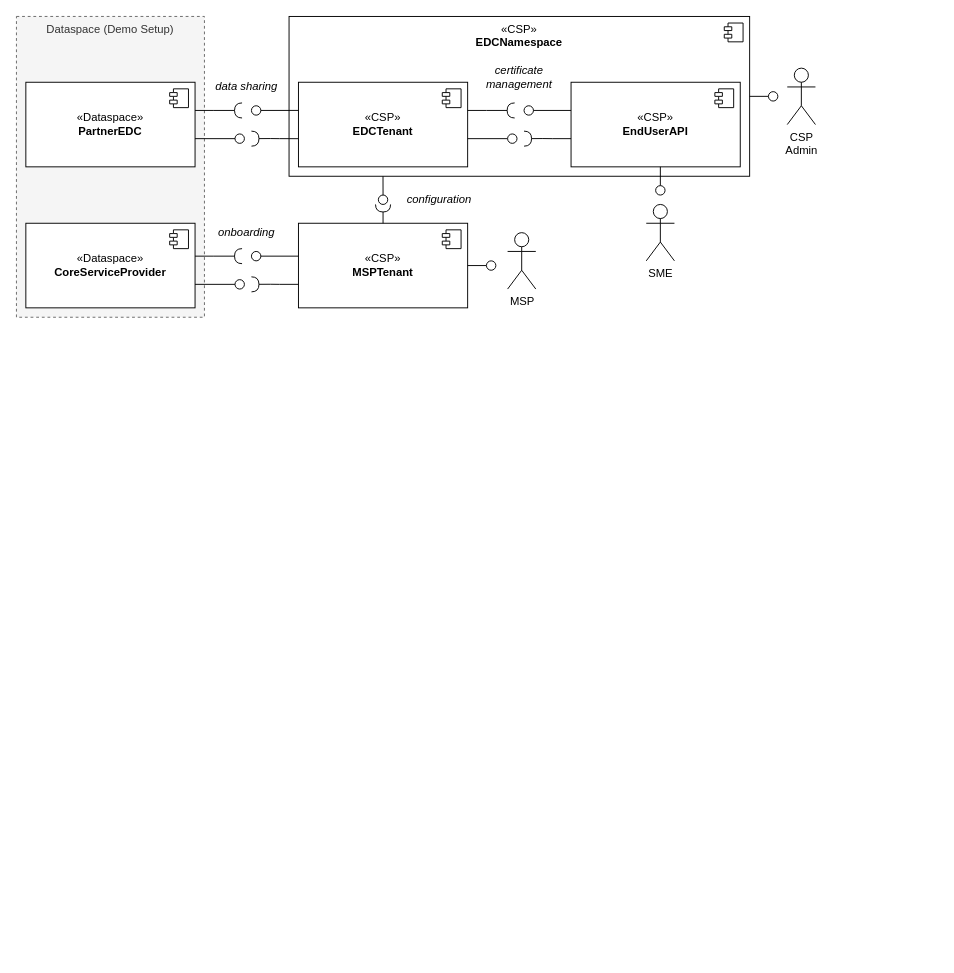
Earlier version of the draw.io diagram page "components" (4 of 4) of docs/files/figs/diagrams.drawio (FraunhoferISST/End-User-API). Source tidied: cells renumbered, new cells numbered last; positions are measured from the earlier drawing's top-left corner, leaving out a move shared by most shapes. Both pictures are drawn from the tidied source at 94%, with x=0, y=0 at pixel (16, 16).
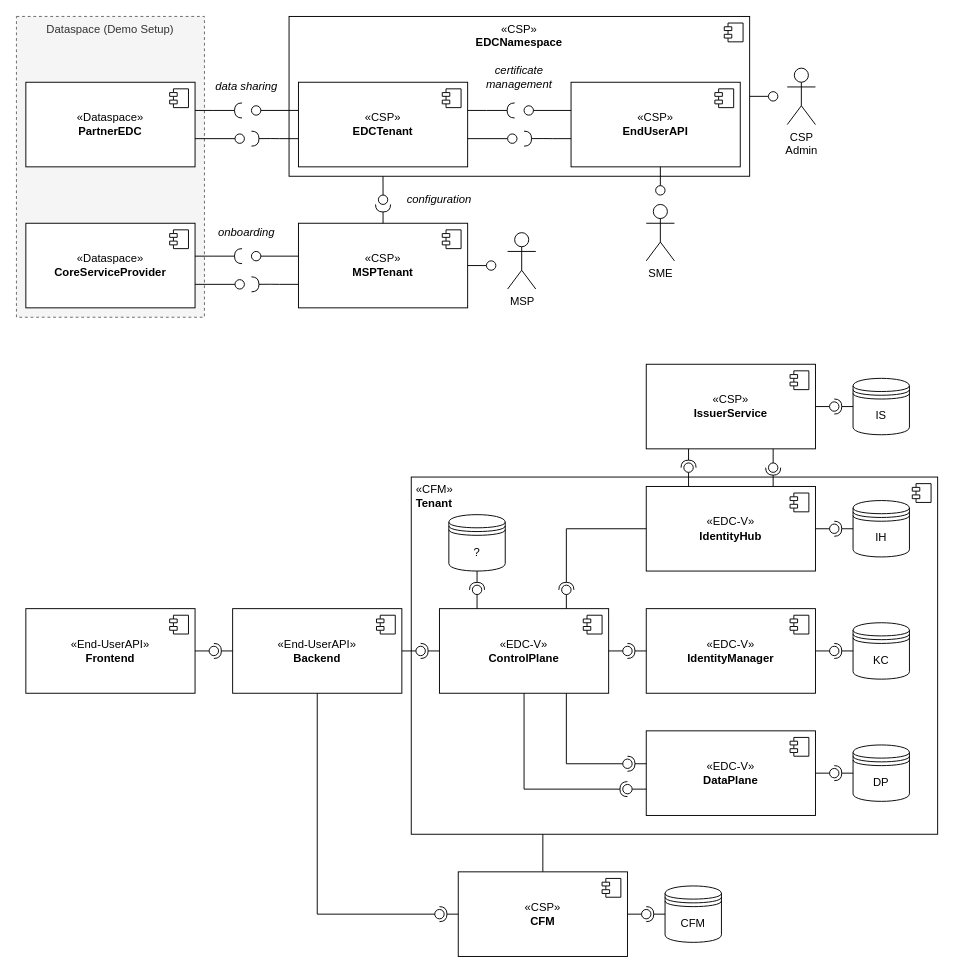
Above is the later version.

Diff of the diagram source:
```diff
@@
+    <mxCell id="55" value="&amp;nbsp;«CFM»&lt;br&gt;&lt;b&gt;&amp;nbsp;Tenant&lt;/b&gt;" style="html=1;whiteSpace=wrap;verticalAlign=top;align=left;" parent="1" vertex="1">
+      <mxGeometry x="420" y="490" width="560" height="380" as="geometry" />
+    </mxCell>
+    <mxCell id="56" style="shape=module;jettyWidth=8;jettyHeight=4;" parent="55" vertex="1">
+      <mxGeometry x="1" width="20" height="20" relative="1" as="geometry">
+        <mxPoint x="-27" y="7" as="offset" />
+      </mxGeometry>
+    </mxCell>
@@
+    <mxCell id="57" value="«End-UserAPI»&lt;br&gt;&lt;b&gt;Frontend&lt;/b&gt;" style="html=1;whiteSpace=wrap;" parent="1" vertex="1">
+      <mxGeometry x="10" y="630" width="180" height="90" as="geometry" />
+    </mxCell>
+    <mxCell id="58" style="shape=module;jettyWidth=8;jettyHeight=4;" parent="57" vertex="1">
+      <mxGeometry x="1" width="20" height="20" relative="1" as="geometry">
+        <mxPoint x="-27" y="7" as="offset" />
+      </mxGeometry>
+    </mxCell>
+    <mxCell id="59" value="«End-UserAPI»&lt;br&gt;&lt;b&gt;Backend&lt;/b&gt;" style="html=1;whiteSpace=wrap;" parent="1" vertex="1">
+      <mxGeometry x="230" y="630" width="180" height="90" as="geometry" />
+    </mxCell>
+    <mxCell id="60" style="shape=module;jettyWidth=8;jettyHeight=4;" parent="59" vertex="1">
+      <mxGeometry x="1" width="20" height="20" relative="1" as="geometry">
+        <mxPoint x="-27" y="7" as="offset" />
+      </mxGeometry>
+    </mxCell>
+    <mxCell id="61" style="edgeStyle=orthogonalEdgeStyle;rounded=0;jettySize=auto;html=1;exitX=0.5;exitY=0;exitDx=0;exitDy=0;entryX=0.25;entryY=1;entryDx=0;entryDy=0;endArrow=none;endFill=0;" parent="1" edge="1" source="62" target="55">
+      <mxGeometry relative="1" as="geometry" />
+    </mxCell>
+    <mxCell id="62" value="«CSP»&lt;br&gt;&lt;b&gt;CFM&lt;/b&gt;" style="html=1;whiteSpace=wrap;" parent="1" vertex="1">
+      <mxGeometry x="470" y="910" width="180" height="90" as="geometry" />
+    </mxCell>
+    <mxCell id="63" style="shape=module;jettyWidth=8;jettyHeight=4;" parent="62" vertex="1">
+      <mxGeometry x="1" width="20" height="20" relative="1" as="geometry">
+        <mxPoint x="-27" y="7" as="offset" />
+      </mxGeometry>
+    </mxCell>
+    <mxCell id="64" style="group;" parent="1" vertex="1">
+      <mxGeometry x="190" y="670" width="40" height="10" as="geometry" />
+    </mxCell>
+    <mxCell id="65" style="rounded=0;jettySize=auto;html=1;endArrow=none;endFill=0;sketch=0;sourcePerimeterSpacing=0;targetPerimeterSpacing=0;" parent="64" edge="1" target="67">
+      <mxGeometry relative="1" as="geometry">
+        <mxPoint y="5" as="sourcePoint" />
+      </mxGeometry>
+    </mxCell>
+    <mxCell id="66" style="rounded=0;jettySize=auto;html=1;endArrow=halfCircle;endFill=0;entryX=0.5;entryY=0.5;endSize=6;strokeWidth=1;sketch=0;" parent="64" edge="1" target="67">
+      <mxGeometry relative="1" as="geometry">
+        <mxPoint x="40" y="5" as="sourcePoint" />
+      </mxGeometry>
+    </mxCell>
+    <mxCell id="67" style="ellipse;whiteSpace=wrap;html=1;align=center;points=[];outlineConnect=0;sketch=0;" parent="64" vertex="1">
+      <mxGeometry x="15" width="10" height="10" as="geometry" />
+    </mxCell>
+    <mxCell id="68" value="«EDC-V»&lt;br&gt;&lt;b&gt;ControlPlane&lt;/b&gt;" style="html=1;whiteSpace=wrap;" parent="1" vertex="1">
+      <mxGeometry x="450" y="630" width="180" height="90" as="geometry" />
+    </mxCell>
+    <mxCell id="69" style="shape=module;jettyWidth=8;jettyHeight=4;" parent="68" vertex="1">
+      <mxGeometry x="1" width="20" height="20" relative="1" as="geometry">
+        <mxPoint x="-27" y="7" as="offset" />
+      </mxGeometry>
+    </mxCell>
+    <mxCell id="70" value="«EDC-V»&lt;br&gt;&lt;b&gt;IdentityHub&lt;/b&gt;" style="html=1;whiteSpace=wrap;" parent="1" vertex="1">
+      <mxGeometry x="670" y="500" width="180" height="90" as="geometry" />
+    </mxCell>
+    <mxCell id="71" style="shape=module;jettyWidth=8;jettyHeight=4;" parent="70" vertex="1">
+      <mxGeometry x="1" width="20" height="20" relative="1" as="geometry">
+        <mxPoint x="-27" y="7" as="offset" />
+      </mxGeometry>
+    </mxCell>
+    <mxCell id="72" value="IH" style="shape=datastore;whiteSpace=wrap;html=1;" parent="1" vertex="1">
+      <mxGeometry x="890" y="515" width="60" height="60" as="geometry" />
+    </mxCell>
+    <mxCell id="73" value="«CSP»&lt;br&gt;&lt;b&gt;IssuerService&lt;/b&gt;" style="html=1;whiteSpace=wrap;" parent="1" vertex="1">
+      <mxGeometry x="670" y="370" width="180" height="90" as="geometry" />
+    </mxCell>
+    <mxCell id="74" style="shape=module;jettyWidth=8;jettyHeight=4;" parent="73" vertex="1">
+      <mxGeometry x="1" width="20" height="20" relative="1" as="geometry">
+        <mxPoint x="-27" y="7" as="offset" />
+      </mxGeometry>
+    </mxCell>
+    <mxCell id="75" value="«EDC-V»&lt;br&gt;&lt;b&gt;DataPlane&lt;/b&gt;" style="html=1;whiteSpace=wrap;" parent="1" vertex="1">
+      <mxGeometry x="670" y="760" width="180" height="90" as="geometry" />
+    </mxCell>
+    <mxCell id="76" style="shape=module;jettyWidth=8;jettyHeight=4;" parent="75" vertex="1">
+      <mxGeometry x="1" width="20" height="20" relative="1" as="geometry">
+        <mxPoint x="-27" y="7" as="offset" />
+      </mxGeometry>
+    </mxCell>
+    <mxCell id="77" value="«EDC-V»&lt;br&gt;&lt;b&gt;IdentityManager&lt;/b&gt;" style="html=1;whiteSpace=wrap;" parent="1" vertex="1">
+      <mxGeometry x="670" y="630" width="180" height="90" as="geometry" />
+    </mxCell>
+    <mxCell id="78" style="shape=module;jettyWidth=8;jettyHeight=4;" parent="77" vertex="1">
+      <mxGeometry x="1" width="20" height="20" relative="1" as="geometry">
+        <mxPoint x="-27" y="7" as="offset" />
+      </mxGeometry>
+    </mxCell>
+    <mxCell id="79" value="IS" style="shape=datastore;whiteSpace=wrap;html=1;" parent="1" vertex="1">
+      <mxGeometry x="890" y="385" width="60" height="60" as="geometry" />
+    </mxCell>
+    <mxCell id="80" value="KC" style="shape=datastore;whiteSpace=wrap;html=1;" parent="1" vertex="1">
+      <mxGeometry x="890" y="645" width="60" height="60" as="geometry" />
+    </mxCell>
+    <mxCell id="81" value="DP" style="shape=datastore;whiteSpace=wrap;html=1;" parent="1" vertex="1">
+      <mxGeometry x="890" y="775" width="60" height="60" as="geometry" />
+    </mxCell>
+    <mxCell id="82" value="?" style="shape=datastore;whiteSpace=wrap;html=1;" parent="1" vertex="1">
+      <mxGeometry x="460" y="530" width="60" height="60" as="geometry" />
+    </mxCell>
+    <mxCell id="83" value="CFM" style="shape=datastore;whiteSpace=wrap;html=1;" parent="1" vertex="1">
+      <mxGeometry x="690" y="925" width="60" height="60" as="geometry" />
+    </mxCell>
+    <mxCell id="84" style="group;" parent="1" vertex="1">
+      <mxGeometry x="410" y="670" width="40" height="10" as="geometry" />
+    </mxCell>
+    <mxCell id="85" style="rounded=0;jettySize=auto;html=1;endArrow=none;endFill=0;sketch=0;sourcePerimeterSpacing=0;targetPerimeterSpacing=0;" parent="84" edge="1" target="87">
+      <mxGeometry relative="1" as="geometry">
+        <mxPoint y="5" as="sourcePoint" />
+      </mxGeometry>
+    </mxCell>
+    <mxCell id="86" style="rounded=0;jettySize=auto;html=1;endArrow=halfCircle;endFill=0;entryX=0.5;entryY=0.5;endSize=6;strokeWidth=1;sketch=0;" parent="84" edge="1" target="87">
+      <mxGeometry relative="1" as="geometry">
+        <mxPoint x="40" y="5" as="sourcePoint" />
+      </mxGeometry>
+    </mxCell>
+    <mxCell id="87" style="ellipse;whiteSpace=wrap;html=1;align=center;points=[];outlineConnect=0;sketch=0;" parent="84" vertex="1">
+      <mxGeometry x="15" width="10" height="10" as="geometry" />
+    </mxCell>
+    <mxCell id="88" style="group;" parent="1" vertex="1">
+      <mxGeometry x="430" y="950" width="40" height="10" as="geometry" />
+    </mxCell>
+    <mxCell id="89" style="rounded=0;jettySize=auto;html=1;endArrow=halfCircle;endFill=0;entryX=0.5;entryY=0.5;endSize=6;strokeWidth=1;sketch=0;" parent="88" edge="1" target="90">
+      <mxGeometry relative="1" as="geometry">
+        <mxPoint x="40" y="5" as="sourcePoint" />
+      </mxGeometry>
+    </mxCell>
+    <mxCell id="90" style="ellipse;whiteSpace=wrap;html=1;align=center;points=[];outlineConnect=0;sketch=0;" parent="88" vertex="1">
+      <mxGeometry x="15" width="10" height="10" as="geometry" />
+    </mxCell>
+    <mxCell id="91" style="rounded=0;jettySize=auto;html=1;endArrow=none;endFill=0;sketch=0;sourcePerimeterSpacing=0;targetPerimeterSpacing=0;exitX=0.5;exitY=1;exitDx=0;exitDy=0;edgeStyle=orthogonalEdgeStyle;" parent="1" edge="1" source="59" target="90">
+      <mxGeometry relative="1" as="geometry">
+        <Array as="points">
+          <mxPoint x="320" y="955" />
+        </Array>
+      </mxGeometry>
+    </mxCell>
+    <mxCell id="92" style="group;" parent="1" vertex="1">
+      <mxGeometry x="630" y="790" width="40" height="10" as="geometry" />
+    </mxCell>
+    <mxCell id="93" style="rounded=0;jettySize=auto;html=1;endArrow=halfCircle;endFill=0;entryX=0.5;entryY=0.5;endSize=6;strokeWidth=1;sketch=0;" parent="92" edge="1" target="94">
+      <mxGeometry relative="1" as="geometry">
+        <mxPoint x="40" y="5" as="sourcePoint" />
+      </mxGeometry>
+    </mxCell>
+    <mxCell id="94" style="ellipse;whiteSpace=wrap;html=1;align=center;points=[];outlineConnect=0;sketch=0;" parent="92" vertex="1">
+      <mxGeometry x="15" width="10" height="10" as="geometry" />
+    </mxCell>
+    <mxCell id="95" style="rounded=0;jettySize=auto;html=1;endArrow=none;endFill=0;sketch=0;sourcePerimeterSpacing=0;targetPerimeterSpacing=0;exitX=0.75;exitY=1;exitDx=0;exitDy=0;edgeStyle=orthogonalEdgeStyle;" parent="1" edge="1" source="68" target="94">
+      <mxGeometry relative="1" as="geometry">
+        <Array as="points">
+          <mxPoint x="585" y="795" />
+        </Array>
+      </mxGeometry>
+    </mxCell>
+    <mxCell id="96" style="group;rotation=-180;" parent="1" vertex="1">
+      <mxGeometry x="630" y="817" width="40" height="10" as="geometry" />
+    </mxCell>
+    <mxCell id="97" style="rounded=0;jettySize=auto;html=1;endArrow=none;endFill=0;sketch=0;sourcePerimeterSpacing=0;targetPerimeterSpacing=0;" parent="96" edge="1" target="98">
+      <mxGeometry relative="1" as="geometry">
+        <mxPoint x="40" y="5" as="sourcePoint" />
+      </mxGeometry>
+    </mxCell>
+    <mxCell id="98" style="ellipse;whiteSpace=wrap;html=1;align=center;points=[];outlineConnect=0;sketch=0;rotation=-180;" parent="96" vertex="1">
+      <mxGeometry x="15" width="10" height="10" as="geometry" />
+    </mxCell>
+    <mxCell id="99" style="group;" parent="1" vertex="1">
+      <mxGeometry x="650" y="950" width="40" height="10" as="geometry" />
+    </mxCell>
+    <mxCell id="100" style="rounded=0;jettySize=auto;html=1;endArrow=none;endFill=0;sketch=0;sourcePerimeterSpacing=0;targetPerimeterSpacing=0;" parent="99" edge="1" target="102">
+      <mxGeometry relative="1" as="geometry">
+        <mxPoint y="5" as="sourcePoint" />
+      </mxGeometry>
+    </mxCell>
+    <mxCell id="101" style="rounded=0;jettySize=auto;html=1;endArrow=halfCircle;endFill=0;entryX=0.5;entryY=0.5;endSize=6;strokeWidth=1;sketch=0;" parent="99" edge="1" target="102">
+      <mxGeometry relative="1" as="geometry">
+        <mxPoint x="40" y="5" as="sourcePoint" />
+      </mxGeometry>
+    </mxCell>
+    <mxCell id="102" style="ellipse;whiteSpace=wrap;html=1;align=center;points=[];outlineConnect=0;sketch=0;" parent="99" vertex="1">
+      <mxGeometry x="15" width="10" height="10" as="geometry" />
+    </mxCell>
+    <mxCell id="103" style="group;" parent="1" vertex="1">
+      <mxGeometry x="850" y="800" width="40" height="10" as="geometry" />
+    </mxCell>
+    <mxCell id="104" style="rounded=0;jettySize=auto;html=1;endArrow=none;endFill=0;sketch=0;sourcePerimeterSpacing=0;targetPerimeterSpacing=0;" parent="103" edge="1" target="106">
+      <mxGeometry relative="1" as="geometry">
+        <mxPoint y="5" as="sourcePoint" />
+      </mxGeometry>
+    </mxCell>
+    <mxCell id="105" style="rounded=0;jettySize=auto;html=1;endArrow=halfCircle;endFill=0;entryX=0.5;entryY=0.5;endSize=6;strokeWidth=1;sketch=0;" parent="103" edge="1" target="106">
+      <mxGeometry relative="1" as="geometry">
+        <mxPoint x="40" y="5" as="sourcePoint" />
+      </mxGeometry>
+    </mxCell>
+    <mxCell id="106" style="ellipse;whiteSpace=wrap;html=1;align=center;points=[];outlineConnect=0;sketch=0;" parent="103" vertex="1">
+      <mxGeometry x="15" width="10" height="10" as="geometry" />
+    </mxCell>
+    <mxCell id="107" style="group;" parent="1" vertex="1">
+      <mxGeometry x="850" y="670" width="40" height="10" as="geometry" />
+    </mxCell>
+    <mxCell id="108" style="rounded=0;jettySize=auto;html=1;endArrow=none;endFill=0;sketch=0;sourcePerimeterSpacing=0;targetPerimeterSpacing=0;" parent="107" edge="1" target="110">
+      <mxGeometry relative="1" as="geometry">
+        <mxPoint y="5" as="sourcePoint" />
+      </mxGeometry>
+    </mxCell>
+    <mxCell id="109" style="rounded=0;jettySize=auto;html=1;endArrow=halfCircle;endFill=0;entryX=0.5;entryY=0.5;endSize=6;strokeWidth=1;sketch=0;" parent="107" edge="1" target="110">
+      <mxGeometry relative="1" as="geometry">
+        <mxPoint x="40" y="5" as="sourcePoint" />
+      </mxGeometry>
+    </mxCell>
+    <mxCell id="110" style="ellipse;whiteSpace=wrap;html=1;align=center;points=[];outlineConnect=0;sketch=0;" parent="107" vertex="1">
+      <mxGeometry x="15" width="10" height="10" as="geometry" />
+    </mxCell>
+    <mxCell id="111" style="group;" parent="1" vertex="1">
+      <mxGeometry x="850" y="540" width="40" height="10" as="geometry" />
+    </mxCell>
+    <mxCell id="112" style="rounded=0;jettySize=auto;html=1;endArrow=none;endFill=0;sketch=0;sourcePerimeterSpacing=0;targetPerimeterSpacing=0;" parent="111" edge="1" target="114">
+      <mxGeometry relative="1" as="geometry">
+        <mxPoint y="5" as="sourcePoint" />
+      </mxGeometry>
+    </mxCell>
+    <mxCell id="113" style="rounded=0;jettySize=auto;html=1;endArrow=halfCircle;endFill=0;entryX=0.5;entryY=0.5;endSize=6;strokeWidth=1;sketch=0;" parent="111" edge="1" target="114">
+      <mxGeometry relative="1" as="geometry">
+        <mxPoint x="40" y="5" as="sourcePoint" />
+      </mxGeometry>
+    </mxCell>
+    <mxCell id="114" style="ellipse;whiteSpace=wrap;html=1;align=center;points=[];outlineConnect=0;sketch=0;" parent="111" vertex="1">
+      <mxGeometry x="15" width="10" height="10" as="geometry" />
+    </mxCell>
+    <mxCell id="115" style="group;rotation=-90;" parent="1" vertex="1">
+      <mxGeometry x="470" y="605" width="40" height="10" as="geometry" />
+    </mxCell>
+    <mxCell id="116" style="rounded=0;jettySize=auto;html=1;endArrow=none;endFill=0;sketch=0;sourcePerimeterSpacing=0;targetPerimeterSpacing=0;" parent="115" edge="1" target="118">
+      <mxGeometry relative="1" as="geometry">
+        <mxPoint x="20" y="25" as="sourcePoint" />
+      </mxGeometry>
+    </mxCell>
+    <mxCell id="117" style="rounded=0;jettySize=auto;html=1;endArrow=halfCircle;endFill=0;entryX=0.5;entryY=0.5;endSize=6;strokeWidth=1;sketch=0;" parent="115" edge="1" target="118">
+      <mxGeometry relative="1" as="geometry">
+        <mxPoint x="20" y="-15" as="sourcePoint" />
+      </mxGeometry>
+    </mxCell>
+    <mxCell id="118" style="ellipse;whiteSpace=wrap;html=1;align=center;points=[];outlineConnect=0;sketch=0;rotation=-90;" parent="115" vertex="1">
+      <mxGeometry x="15" width="10" height="10" as="geometry" />
+    </mxCell>
+    <mxCell id="119" style="group;rotation=-90;" parent="1" vertex="1">
+      <mxGeometry x="565" y="605" width="40" height="10" as="geometry" />
+    </mxCell>
+    <mxCell id="120" style="rounded=0;jettySize=auto;html=1;endArrow=none;endFill=0;sketch=0;sourcePerimeterSpacing=0;targetPerimeterSpacing=0;" parent="119" edge="1" target="121">
+      <mxGeometry relative="1" as="geometry">
+        <mxPoint x="20" y="25" as="sourcePoint" />
+      </mxGeometry>
+    </mxCell>
+    <mxCell id="121" style="ellipse;whiteSpace=wrap;html=1;align=center;points=[];outlineConnect=0;sketch=0;rotation=-90;" parent="119" vertex="1">
+      <mxGeometry x="15" width="10" height="10" as="geometry" />
+    </mxCell>
+    <mxCell id="122" style="rounded=0;jettySize=auto;html=1;endArrow=halfCircle;endFill=0;entryX=0.5;entryY=0.5;endSize=6;strokeWidth=1;sketch=0;exitX=0;exitY=0.5;exitDx=0;exitDy=0;edgeStyle=orthogonalEdgeStyle;" parent="1" edge="1" source="70" target="121">
+      <mxGeometry relative="1" as="geometry" />
+    </mxCell>
+    <mxCell id="123" style="rounded=0;jettySize=auto;html=1;endArrow=halfCircle;endFill=0;entryX=0.5;entryY=0.5;endSize=6;strokeWidth=1;sketch=0;exitX=0.5;exitY=1;exitDx=0;exitDy=0;edgeStyle=orthogonalEdgeStyle;" parent="1" edge="1" source="68" target="98">
+      <mxGeometry relative="1" as="geometry">
+        <Array as="points">
+          <mxPoint x="540" y="822" />
+        </Array>
+      </mxGeometry>
+    </mxCell>
+    <mxCell id="124" style="group;rotation=-90;" parent="1" vertex="1">
+      <mxGeometry x="695" y="475" width="40" height="10" as="geometry" />
+    </mxCell>
+    <mxCell id="125" style="rounded=0;jettySize=auto;html=1;endArrow=none;endFill=0;sketch=0;sourcePerimeterSpacing=0;targetPerimeterSpacing=0;" parent="124" edge="1" target="127">
+      <mxGeometry relative="1" as="geometry">
+        <mxPoint x="20" y="25" as="sourcePoint" />
+      </mxGeometry>
+    </mxCell>
+    <mxCell id="126" style="rounded=0;jettySize=auto;html=1;endArrow=halfCircle;endFill=0;entryX=0.5;entryY=0.5;endSize=6;strokeWidth=1;sketch=0;" parent="124" edge="1" target="127">
+      <mxGeometry relative="1" as="geometry">
+        <mxPoint x="20" y="-15" as="sourcePoint" />
+      </mxGeometry>
+    </mxCell>
+    <mxCell id="127" style="ellipse;whiteSpace=wrap;html=1;align=center;points=[];outlineConnect=0;sketch=0;rotation=-90;" parent="124" vertex="1">
+      <mxGeometry x="15" width="10" height="10" as="geometry" />
+    </mxCell>
+    <mxCell id="128" style="group;" parent="1" vertex="1">
+      <mxGeometry x="850" y="410" width="40" height="10" as="geometry" />
+    </mxCell>
+    <mxCell id="129" style="rounded=0;jettySize=auto;html=1;endArrow=none;endFill=0;sketch=0;sourcePerimeterSpacing=0;targetPerimeterSpacing=0;" parent="128" edge="1" target="131">
+      <mxGeometry relative="1" as="geometry">
+        <mxPoint y="5" as="sourcePoint" />
+      </mxGeometry>
+    </mxCell>
+    <mxCell id="130" style="rounded=0;jettySize=auto;html=1;endArrow=halfCircle;endFill=0;entryX=0.5;entryY=0.5;endSize=6;strokeWidth=1;sketch=0;" parent="128" edge="1" target="131">
+      <mxGeometry relative="1" as="geometry">
+        <mxPoint x="40" y="5" as="sourcePoint" />
+      </mxGeometry>
+    </mxCell>
+    <mxCell id="131" style="ellipse;whiteSpace=wrap;html=1;align=center;points=[];outlineConnect=0;sketch=0;" parent="128" vertex="1">
+      <mxGeometry x="15" width="10" height="10" as="geometry" />
+    </mxCell>
+    <mxCell id="132" style="group;rotation=90;" parent="1" vertex="1">
+      <mxGeometry x="785" y="475" width="40" height="10" as="geometry" />
+    </mxCell>
+    <mxCell id="133" style="rounded=0;jettySize=auto;html=1;endArrow=none;endFill=0;sketch=0;sourcePerimeterSpacing=0;targetPerimeterSpacing=0;" parent="132" edge="1" target="135">
+      <mxGeometry relative="1" as="geometry">
+        <mxPoint x="20" y="-15" as="sourcePoint" />
+      </mxGeometry>
+    </mxCell>
+    <mxCell id="134" style="rounded=0;jettySize=auto;html=1;endArrow=halfCircle;endFill=0;entryX=0.5;entryY=0.5;endSize=6;strokeWidth=1;sketch=0;" parent="132" edge="1" target="135">
+      <mxGeometry relative="1" as="geometry">
+        <mxPoint x="20" y="25" as="sourcePoint" />
+      </mxGeometry>
+    </mxCell>
+    <mxCell id="135" style="ellipse;whiteSpace=wrap;html=1;align=center;points=[];outlineConnect=0;sketch=0;rotation=90;" parent="132" vertex="1">
+      <mxGeometry x="15" width="10" height="10" as="geometry" />
+    </mxCell>
+    <mxCell id="136" style="group;" parent="1" vertex="1">
+      <mxGeometry x="630" y="670" width="40" height="10" as="geometry" />
+    </mxCell>
+    <mxCell id="137" style="rounded=0;jettySize=auto;html=1;endArrow=none;endFill=0;sketch=0;sourcePerimeterSpacing=0;targetPerimeterSpacing=0;" parent="136" edge="1" target="139">
+      <mxGeometry relative="1" as="geometry">
+        <mxPoint y="5" as="sourcePoint" />
+      </mxGeometry>
+    </mxCell>
+    <mxCell id="138" style="rounded=0;jettySize=auto;html=1;endArrow=halfCircle;endFill=0;entryX=0.5;entryY=0.5;endSize=6;strokeWidth=1;sketch=0;" parent="136" edge="1" target="139">
+      <mxGeometry relative="1" as="geometry">
+        <mxPoint x="40" y="5" as="sourcePoint" />
+      </mxGeometry>
+    </mxCell>
+    <mxCell id="139" style="ellipse;whiteSpace=wrap;html=1;align=center;points=[];outlineConnect=0;sketch=0;" parent="136" vertex="1">
+      <mxGeometry x="15" width="10" height="10" as="geometry" />
+    </mxCell>
```
